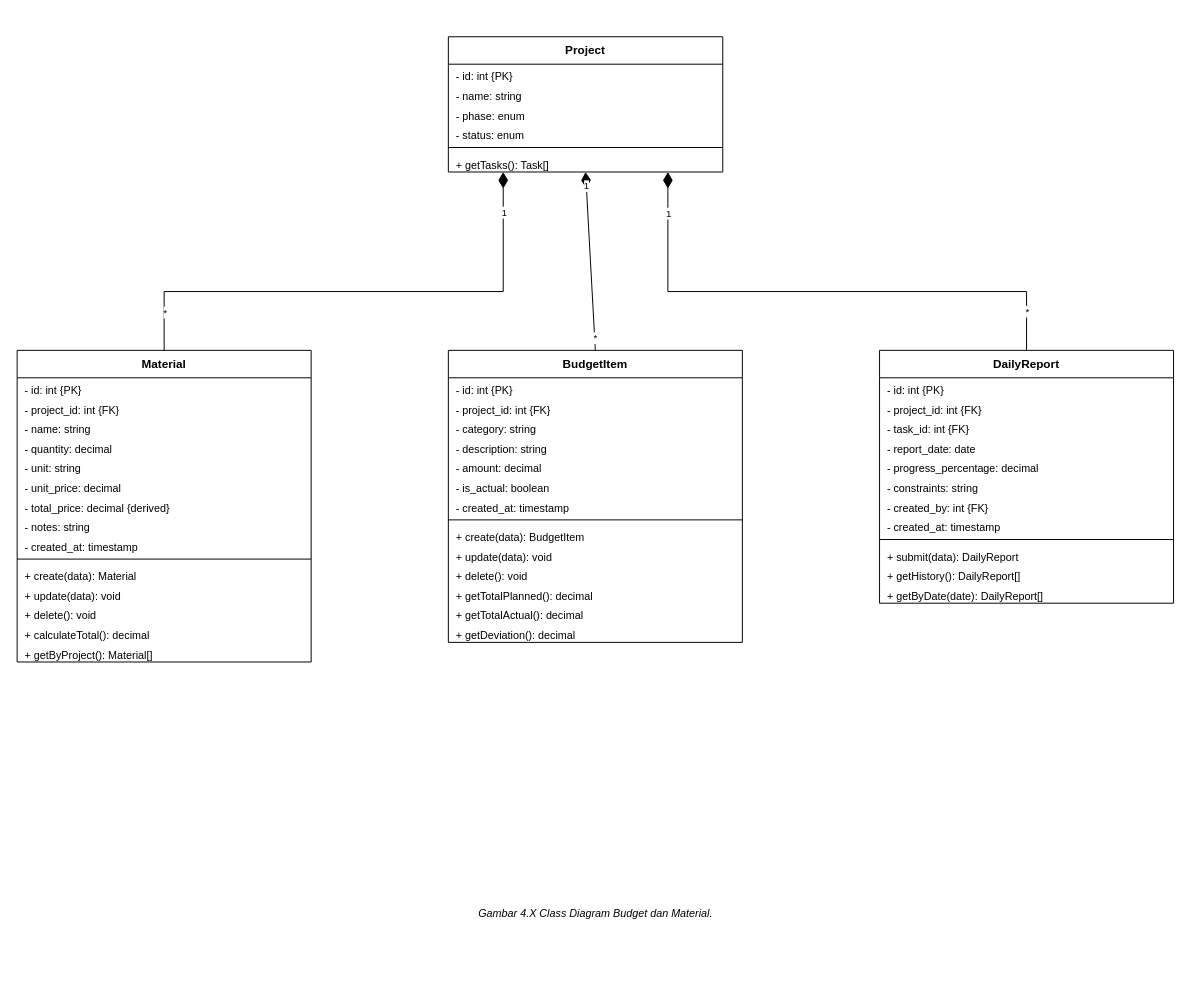
The draw.io diagram diagram/ai/Class/CD_BUDGET_MATERIAL.drawio in evelleura/shi-dashboard, before the edit. Source tidied: cells renumbered, new cells numbered last; positions are measured from the earlier drawing's top-left corner, leaving out a move shared by most shapes. Both pictures are drawn from the tidied source at 98%, with x=0, y=0 at pixel (17, 36).
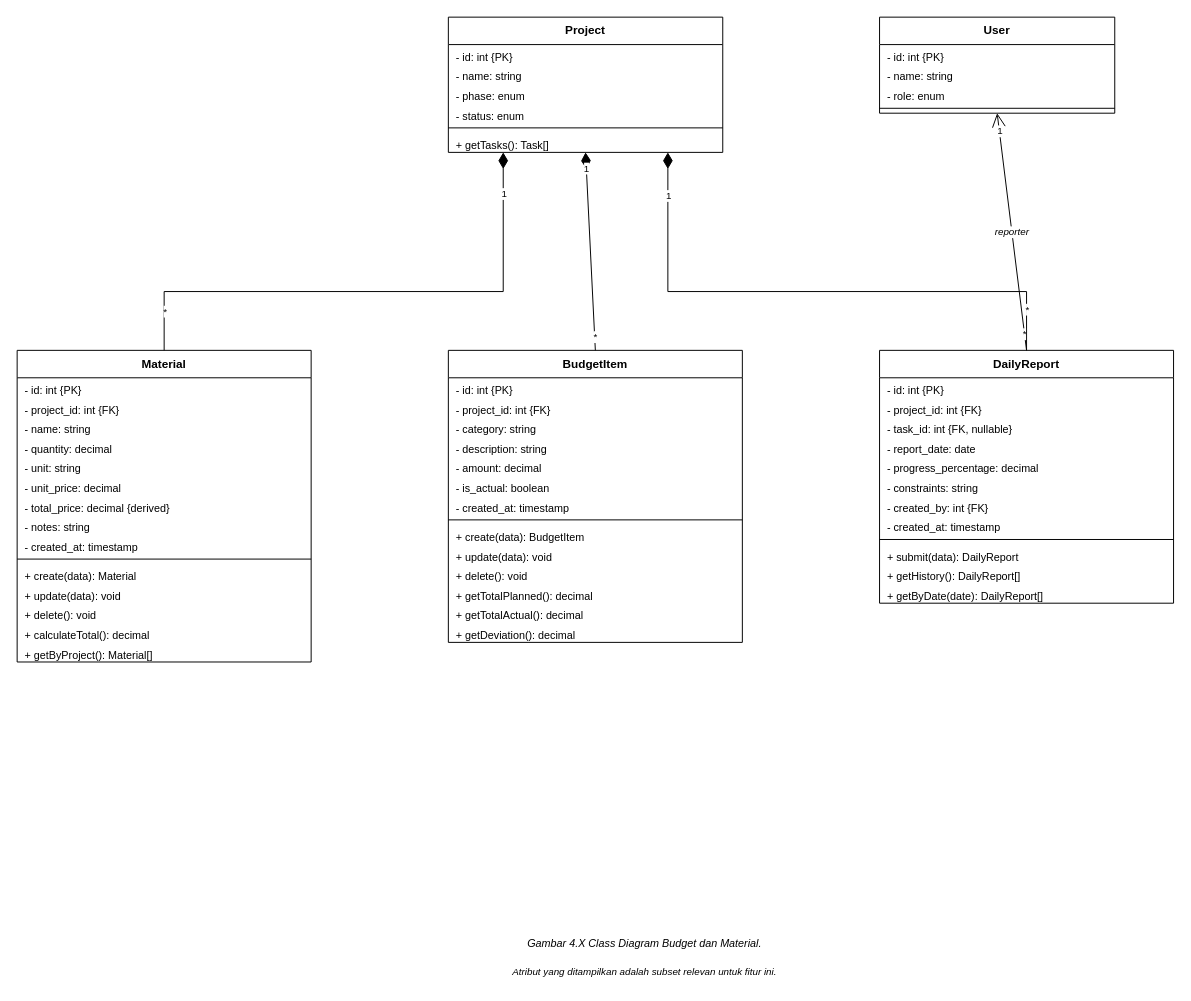
After the change.

The change refers to these unchanged cells:
```xml
<mxCell id="40" value="DailyReport" style="swimlane;fontStyle=1;align=center;verticalAlign=top;horizontal=1;startSize=28;fillColor=#FFFFFF;strokeColor=#000000;strokeWidth=1;swimlaneFillColor=#FFFFFF;fontSize=12;fontColor=#000000;" parent="1" vertex="1">
  <mxGeometry x="880" y="320" width="300" height="258" as="geometry" />
</mxCell>
```

Diff of the diagram source:
```diff
@@
     <mxCell id="2" value="Project" style="swimlane;fontStyle=1;align=center;verticalAlign=top;horizontal=1;startSize=28;fillColor=#FFFFFF;strokeColor=#000000;strokeWidth=1;swimlaneFillColor=#FFFFFF;fontSize=12;fontColor=#000000;" parent="1" vertex="1">
-      <mxGeometry x="440" width="280" height="138" as="geometry" />
+      <mxGeometry x="440" y="-20" width="280" height="138" as="geometry" />
     </mxCell>
@@
-    <mxCell id="43" value="- task_id: int {FK}" style="text;strokeColor=none;fillColor=none;align=left;verticalAlign=top;spacingLeft=6;spacingRight=6;overflow=hidden;fontSize=11;fontColor=#000000;" parent="40" vertex="1">
+    <mxCell id="43" value="- task_id: int {FK, nullable}" style="text;strokeColor=none;fillColor=none;align=left;verticalAlign=top;spacingLeft=6;spacingRight=6;overflow=hidden;fontSize=11;fontColor=#000000;" parent="40" vertex="1">
       <mxGeometry y="68" width="300" height="20" as="geometry" />
     </mxCell>
@@
+    <mxCell id="63" value="User" style="swimlane;fontStyle=1;align=center;verticalAlign=top;horizontal=1;startSize=28;fillColor=#FFFFFF;strokeColor=#000000;strokeWidth=1;swimlaneFillColor=#FFFFFF;fontSize=12;fontColor=#000000;" parent="1" vertex="1">
+      <mxGeometry x="880" y="-20" width="240" height="98" as="geometry" />
+    </mxCell>
+    <mxCell id="64" value="- id: int {PK}" style="text;strokeColor=none;fillColor=none;align=left;verticalAlign=top;spacingLeft=6;spacingRight=6;overflow=hidden;fontSize=11;fontColor=#000000;" parent="63" vertex="1">
+      <mxGeometry y="28" width="240" height="20" as="geometry" />
+    </mxCell>
+    <mxCell id="65" value="- name: string" style="text;strokeColor=none;fillColor=none;align=left;verticalAlign=top;spacingLeft=6;spacingRight=6;overflow=hidden;fontSize=11;fontColor=#000000;" parent="63" vertex="1">
+      <mxGeometry y="48" width="240" height="20" as="geometry" />
+    </mxCell>
+    <mxCell id="66" value="- role: enum" style="text;strokeColor=none;fillColor=none;align=left;verticalAlign=top;spacingLeft=6;spacingRight=6;overflow=hidden;fontSize=11;fontColor=#000000;" parent="63" vertex="1">
+      <mxGeometry y="68" width="240" height="20" as="geometry" />
+    </mxCell>
+    <mxCell id="67" style="line;strokeWidth=1;fillColor=none;align=left;verticalAlign=middle;spacingTop=-1;spacingLeft=3;spacingRight=3;labelPosition=right;strokeColor=#000000;" parent="63" vertex="1">
+      <mxGeometry y="88" width="240" height="10" as="geometry" />
+    </mxCell>
@@
+    <mxCell id="68" style="endArrow=open;endFill=0;endSize=12;startArrow=none;html=1;rounded=0;strokeColor=#000000;strokeWidth=1;fontSize=11;fontColor=#000000;exitX=0.5;exitY=0;exitDx=0;exitDy=0;entryX=0.5;entryY=1;entryDx=0;entryDy=0;" parent="1" edge="1" source="40" target="63">
+      <mxGeometry relative="1" as="geometry" />
+    </mxCell>
+    <mxCell id="69" value="*" style="edgeLabel;html=1;align=center;verticalAlign=middle;fontSize=10;fontColor=#000000;" parent="68" vertex="1">
+      <mxGeometry x="-0.85" relative="1" as="geometry" />
+    </mxCell>
+    <mxCell id="70" value="1" style="edgeLabel;html=1;align=center;verticalAlign=middle;fontSize=10;fontColor=#000000;" parent="68" vertex="1">
+      <mxGeometry x="0.85" relative="1" as="geometry" />
+    </mxCell>
+    <mxCell id="71" value="reporter" style="edgeLabel;html=1;align=center;verticalAlign=middle;fontSize=10;fontColor=#000000;fontStyle=2;" parent="68" vertex="1">
+      <mxGeometry relative="1" as="geometry" />
+    </mxCell>
     <mxCell id="62" value="&lt;i&gt;Gambar 4.X Class Diagram Budget dan Material.&lt;/i&gt;" style="text;html=1;align=center;verticalAlign=middle;strokeColor=none;fillColor=none;fontSize=11;fontStyle=2;fontColor=#000000;" parent="1" vertex="1">
-      <mxGeometry x="290" y="880" width="600" height="30" as="geometry" />
+      <mxGeometry x="340" y="910" width="600" height="30" as="geometry" />
     </mxCell>
+    <mxCell id="72" value="&lt;i&gt;Atribut yang ditampilkan adalah subset relevan untuk fitur ini.&lt;/i&gt;" style="text;html=1;align=center;verticalAlign=middle;strokeColor=none;fillColor=none;fontSize=10;fontStyle=2;fontColor=#000000;" parent="1" vertex="1">
+      <mxGeometry x="340" y="942" width="600" height="24" as="geometry" />
+    </mxCell>
```
